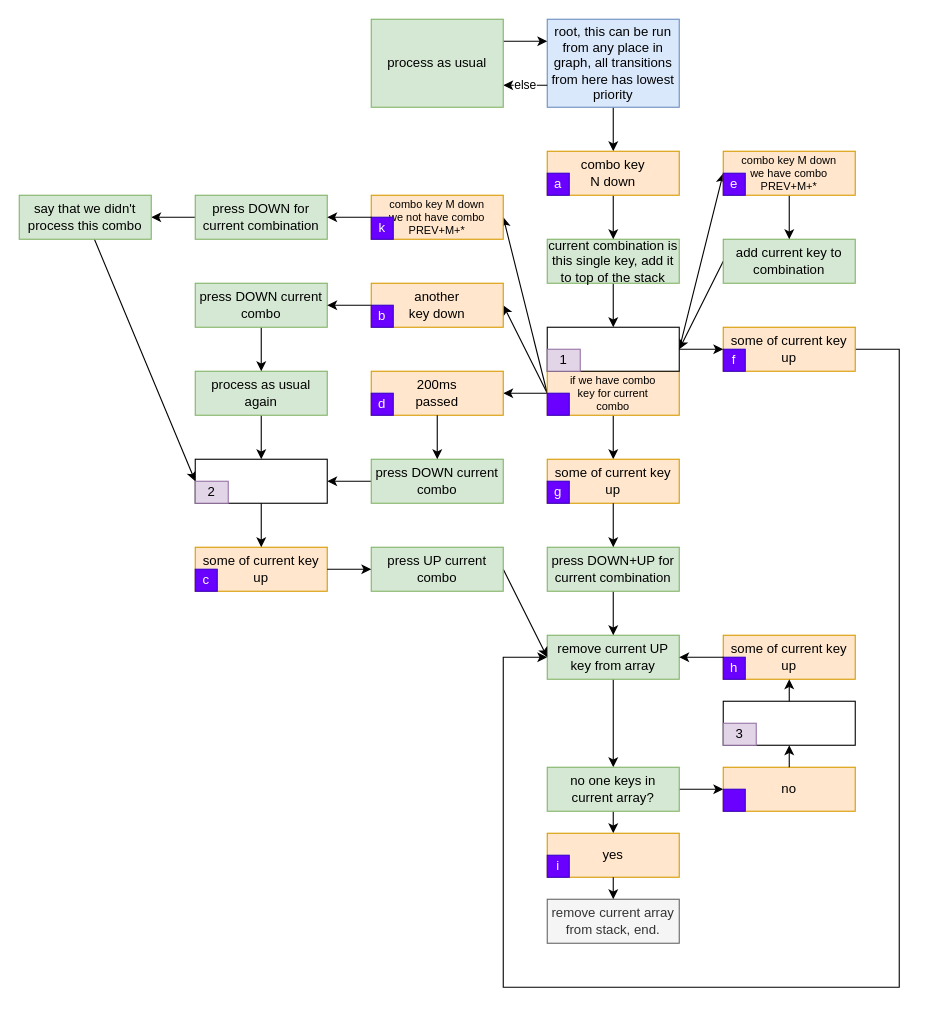
Earlier version of the draw.io diagram combo/dka.drawio (vohryanin/moonlander). Source tidied: cells renumbered, new cells numbered last; positions are measured from the earlier drawing's top-left corner, leaving out a move shared by most shapes. Both pictures are drawn from the tidied source at 110%, with x=0, y=0 at pixel (19, 19).
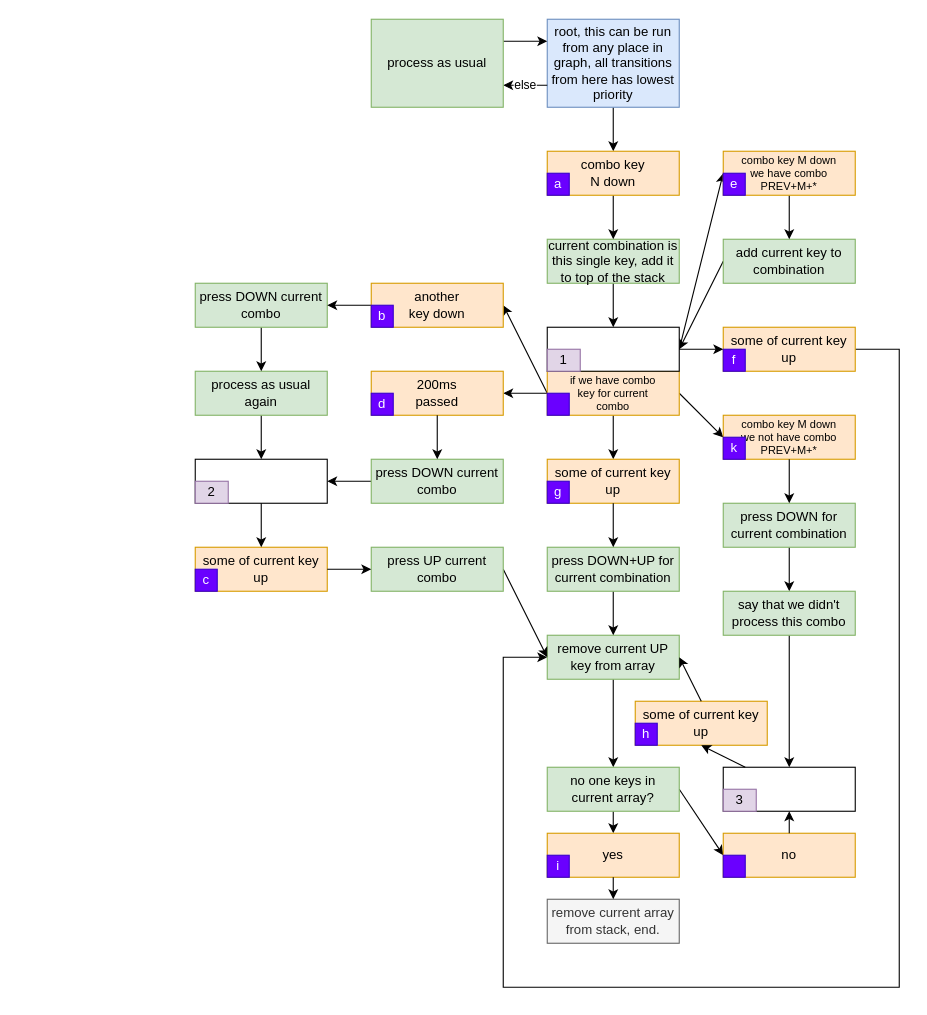
Above is the later version.

Unchanged cells that the change refers to:
```xml
<mxCell id="8" value="remove current UP key from array" style="rounded=0;whiteSpace=wrap;html=1;fillColor=#d5e8d4;strokeColor=#82b366;" parent="1" vertex="1">
  <mxGeometry x="480" y="560" width="120" height="40" as="geometry" />
</mxCell>
<mxCell id="17" value="&lt;p style=&quot;line-height: 100%&quot;&gt;&lt;/p&gt;&lt;div style=&quot;font-size: 10px&quot;&gt;&lt;font style=&quot;font-size: 10px&quot;&gt;if we have combo&lt;/font&gt;&lt;/div&gt;&lt;div style=&quot;font-size: 10px&quot;&gt;&lt;font style=&quot;font-size: 10px&quot;&gt; key for current &lt;br&gt;&lt;/font&gt;&lt;/div&gt;&lt;div style=&quot;font-size: 10px&quot;&gt;&lt;font style=&quot;font-size: 10px&quot;&gt;combo&lt;/font&gt;&lt;/div&gt;&lt;p&gt;&lt;/p&gt;" style="rounded=0;whiteSpace=wrap;html=1;fillColor=#ffe6cc;strokeColor=#d79b00;" parent="1" vertex="1">
  <mxGeometry x="480" y="320" width="120" height="40" as="geometry" />
</mxCell>
<mxCell id="57" style="rounded=0;whiteSpace=wrap;html=1;" parent="56" vertex="1">
  <mxGeometry width="120" height="40" as="geometry" />
</mxCell>
<mxCell id="61" value="2" style="rounded=0;whiteSpace=wrap;html=1;fillColor=#e1d5e7;strokeColor=#9673a6;" parent="59" vertex="1">
  <mxGeometry y="20" width="30" height="20" as="geometry" />
</mxCell>
<mxCell id="72" value="some of current key up" style="rounded=0;whiteSpace=wrap;html=1;fillColor=#ffe6cc;strokeColor=#d79b00;" parent="71" vertex="1">
  <mxGeometry width="120" height="40" as="geometry" />
</mxCell>
<mxCell id="73" value="h" style="rounded=0;whiteSpace=wrap;html=1;fillColor=#6a00ff;strokeColor=#3700CC;fontColor=#ffffff;" parent="71" vertex="1">
  <mxGeometry y="20" width="20" height="20" as="geometry" />
</mxCell>
<mxCell id="85" value="&lt;div style=&quot;font-size: 10px&quot;&gt;&lt;font style=&quot;font-size: 10px&quot;&gt;combo key M down&lt;/font&gt;&lt;div&gt;&lt;font style=&quot;font-size: 10px&quot;&gt;we not have combo PREV+M&lt;/font&gt;&lt;font style=&quot;font-size: 10px&quot;&gt;+*&lt;/font&gt;&lt;/div&gt;&lt;/div&gt;" style="rounded=0;whiteSpace=wrap;html=1;fillColor=#ffe6cc;strokeColor=#d79b00;" parent="84" vertex="1">
  <mxGeometry width="120" height="40" as="geometry" />
</mxCell>
<mxCell id="93" style="rounded=0;whiteSpace=wrap;html=1;fillColor=#6a00ff;strokeColor=#3700CC;fontColor=#ffffff;" parent="1" vertex="1">
  <mxGeometry x="480" y="340" width="20" height="20" as="geometry" />
</mxCell>
```

What changed in the source:
```diff
@@
-    <mxCell id="15" style="edgeStyle=none;rounded=0;jettySize=auto;html=1;exitX=0;exitY=0;exitDx=0;exitDy=0;entryX=1;entryY=0.5;entryDx=0;entryDy=0;" parent="1" edge="1" source="93" target="85">
+    <mxCell id="15" style="edgeStyle=none;rounded=0;jettySize=auto;html=1;exitX=1;exitY=0.5;exitDx=0;exitDy=0;entryX=0;entryY=0.5;entryDx=0;entryDy=0;" parent="1" edge="1" source="17" target="85">
       <mxGeometry relative="1" as="geometry" />
     </mxCell>
@@
-    <mxCell id="34" style="edgeStyle=none;rounded=0;jettySize=auto;html=1;exitX=0;exitY=0.5;exitDx=0;exitDy=0;" parent="1" edge="1" source="35" target="37">
+    <mxCell id="34" style="edgeStyle=none;rounded=0;jettySize=auto;html=1;" parent="1" edge="1" source="35" target="37">
       <mxGeometry relative="1" as="geometry" />
     </mxCell>
     <mxCell id="35" value="press DOWN for current combination" style="rounded=0;whiteSpace=wrap;html=1;fillColor=#d5e8d4;strokeColor=#82b366;" parent="1" vertex="1">
-      <mxGeometry x="160" y="160" width="120" height="40" as="geometry" />
+      <mxGeometry x="640" y="440" width="120" height="40" as="geometry" />
     </mxCell>
-    <mxCell id="36" style="edgeStyle=none;rounded=0;jettySize=auto;html=1;entryX=0;entryY=0;entryDx=0;entryDy=0;" parent="1" edge="1" source="37" target="61">
+    <mxCell id="36" style="edgeStyle=none;rounded=0;jettySize=auto;html=1;" parent="1" edge="1" source="37" target="57">
       <mxGeometry relative="1" as="geometry" />
     </mxCell>
     <mxCell id="37" value="say that we didn't process this combo" style="rounded=0;whiteSpace=wrap;html=1;fillColor=#d5e8d4;strokeColor=#82b366;" parent="1" vertex="1">
-      <mxGeometry y="160" width="120" height="40" as="geometry" />
+      <mxGeometry x="640" y="520" width="120" height="40" as="geometry" />
     </mxCell>
@@
     <mxCell id="56" style="group;" parent="1" vertex="1">
-      <mxGeometry x="640" y="620" width="120" height="40" as="geometry" />
+      <mxGeometry x="640" y="680" width="120" height="40" as="geometry" />
     </mxCell>
@@
     <mxCell id="71" style="group;" parent="1" vertex="1">
-      <mxGeometry x="640" y="560" width="120" height="40" as="geometry" />
+      <mxGeometry x="560" y="620" width="120" height="40" as="geometry" />
     </mxCell>
@@
-    <mxCell id="75" style="edgeStyle=none;rounded=0;jettySize=auto;html=1;entryX=1;entryY=0.5;entryDx=0;entryDy=0;exitX=0;exitY=0;exitDx=0;exitDy=0;" parent="1" edge="1" source="73" target="8">
+    <mxCell id="75" style="edgeStyle=none;rounded=0;jettySize=auto;html=1;entryX=1;entryY=0.5;entryDx=0;entryDy=0;exitX=0.5;exitY=0;exitDx=0;exitDy=0;" parent="1" edge="1" source="72" target="8">
       <mxGeometry relative="1" as="geometry" />
     </mxCell>
@@
     <mxCell id="80" style="group;" parent="1" vertex="1">
-      <mxGeometry x="640" y="680" width="120" height="40" as="geometry" />
+      <mxGeometry x="640" y="740" width="120" height="40" as="geometry" />
     </mxCell>
@@
     <mxCell id="84" style="group;" parent="1" vertex="1">
-      <mxGeometry x="320" y="160" width="120" height="40" as="geometry" />
+      <mxGeometry x="640" y="360" width="120" height="40" as="geometry" />
     </mxCell>
```
